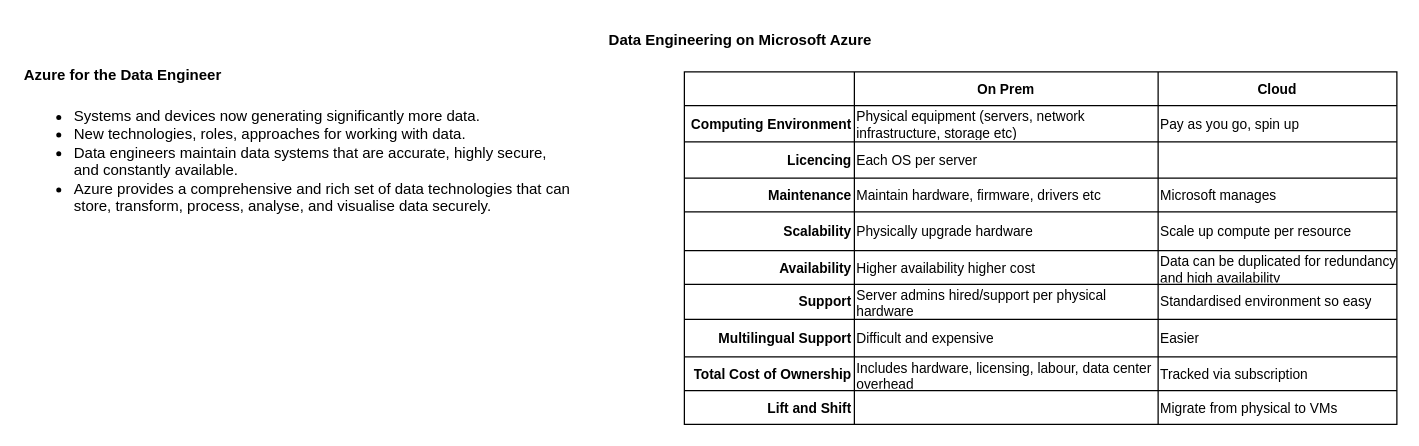
Earlier version of the draw.io diagram DP-203.drawio (pburgoine/certs). Source tidied: cells renumbered, new cells numbered last; positions are measured from the earlier drawing's top-left corner, leaving out a move shared by most shapes. Both pictures are drawn from the tidied source at 125%, with x=0, y=0 at pixel (21, 21).
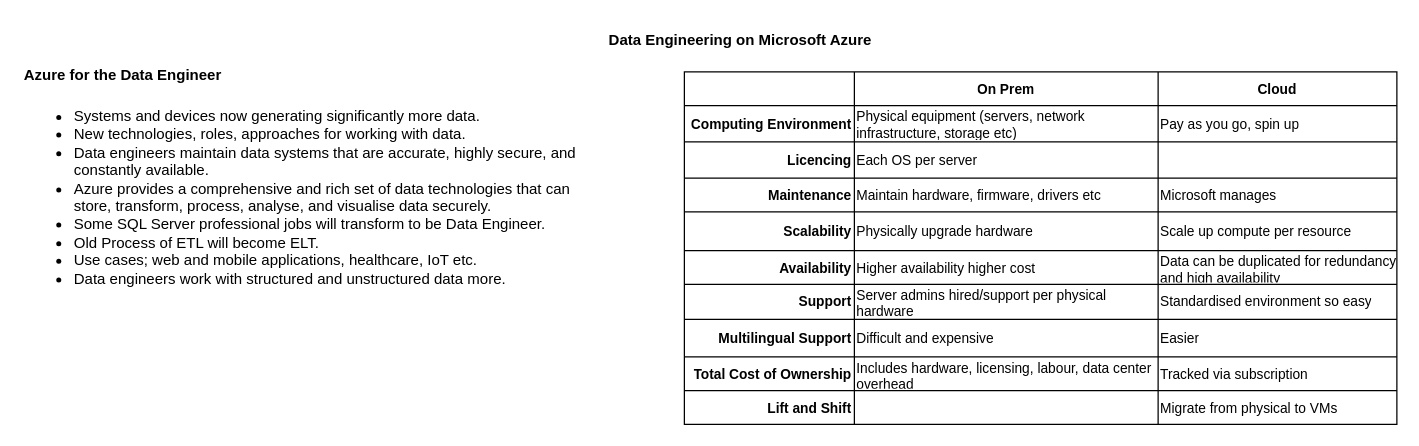
Above is the later version.

The edit, as a diff of the source:
```diff
@@
-    <mxCell id="4" value="&lt;ul&gt;&lt;li&gt;&lt;span style=&quot;background-color: initial;&quot;&gt;Systems and devices now generating significantly more data.&lt;/span&gt;&lt;/li&gt;&lt;li&gt;New technologies, roles, approaches for working with data.&lt;/li&gt;&lt;li&gt;Data engineers maintain data systems that are accurate, highly secure, and constantly available.&lt;br&gt;&lt;/li&gt;&lt;li&gt;Azure provides a comprehensive and rich set of data technologies that can store, transform, process, analyse, and visualise data securely.&lt;br&gt;&lt;/li&gt;&lt;/ul&gt;" style="text;strokeColor=none;align=left;fillColor=none;html=1;verticalAlign=top;whiteSpace=wrap;rounded=0;" parent="1" vertex="1">
-      <mxGeometry y="50" width="440" height="116" as="geometry" />
+    <mxCell id="4" value="&lt;ul&gt;&lt;li&gt;&lt;span style=&quot;background-color: initial;&quot;&gt;Systems and devices now generating significantly more data.&lt;/span&gt;&lt;/li&gt;&lt;li&gt;New technologies, roles, approaches for working with data.&lt;/li&gt;&lt;li&gt;Data engineers maintain data systems that are accurate, highly secure, and constantly available.&lt;br&gt;&lt;/li&gt;&lt;li&gt;Azure provides a comprehensive and rich set of data technologies that can store, transform, process, analyse, and visualise data securely.&lt;br&gt;&lt;/li&gt;&lt;li&gt;Some SQL Server professional jobs will transform to be Data Engineer.&lt;/li&gt;&lt;li&gt;Old Process of ETL will become ELT.&lt;/li&gt;&lt;li&gt;Use cases; web and mobile applications, healthcare, IoT etc.&lt;/li&gt;&lt;li&gt;Data engineers work with structured and unstructured data more.&lt;/li&gt;&lt;/ul&gt;" style="text;strokeColor=none;align=left;fillColor=none;html=1;verticalAlign=top;whiteSpace=wrap;rounded=0;" parent="1" vertex="1">
+      <mxGeometry y="50" width="450" height="190" as="geometry" />
     </mxCell>
```
